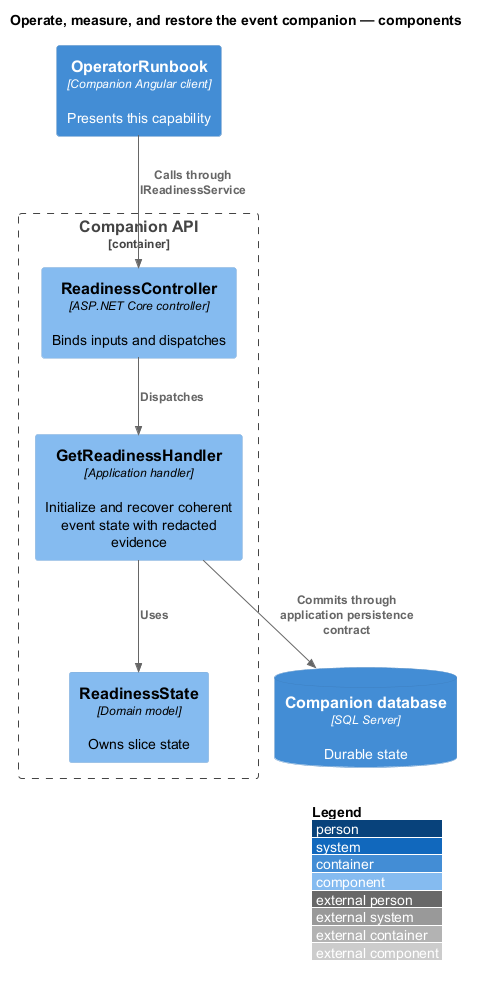
Before: docs/detailed-designs/operations/operate-and-restore/diagrams/c4-component.png, a diagram exported from PlantUML (QuinntyneBrown/faithtech-toronto-ai-build-event).
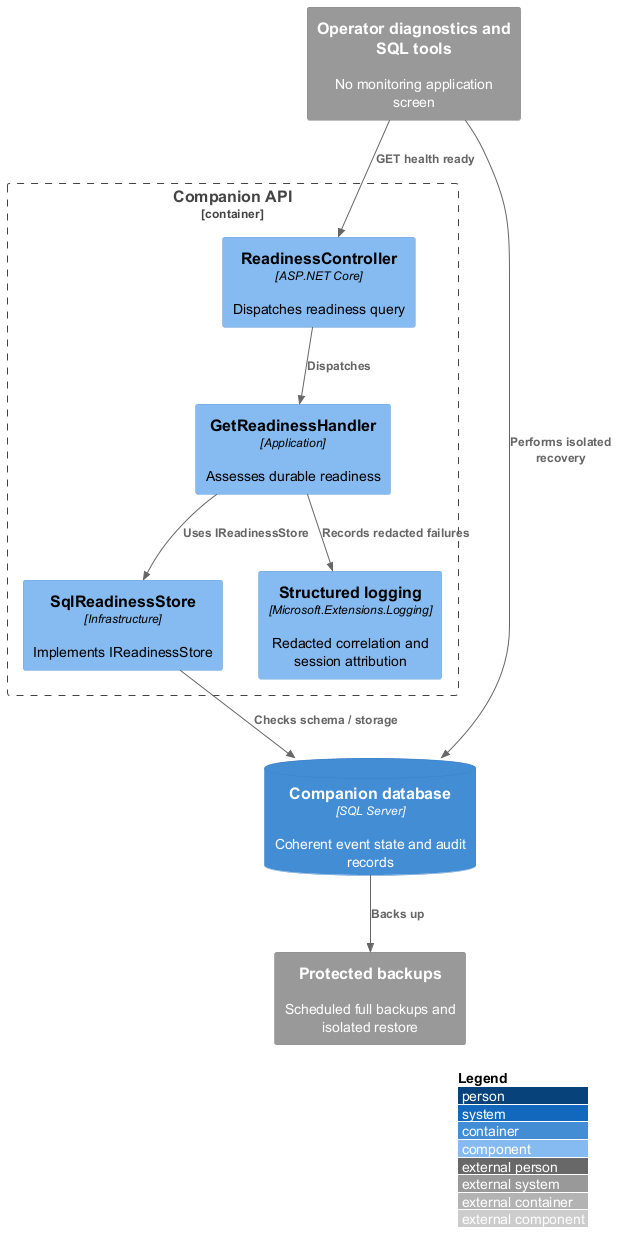
The same file after the commit.

The edit, as a diff of the source:
```diff
@@ -1,16 +1,21 @@
 @startuml
 !include <C4/C4_Component>
 LAYOUT_WITH_LEGEND()
-title Operate, measure, and restore the event companion — components
-Container(client, "OperatorRunbook", "Companion Angular client", "Presents this capability")
+System_Ext(operator, "Operator diagnostics and SQL tools", "No monitoring application screen")
 Container_Boundary(api, "Companion API") {
-Component(entry, "ReadinessController", "ASP.NET Core controller", "Binds inputs and dispatches")
-Component(handler, "GetReadinessHandler", "Application handler", "Initialize and recover coherent event state with redacted evidence")
-Component(entity, "ReadinessState", "Domain model", "Owns slice state")
+Component(controller, "ReadinessController", "ASP.NET Core", "Dispatches readiness query")
+Component(handler, "GetReadinessHandler", "Application", "Assesses durable readiness")
+Component(store, "SqlReadinessStore", "Infrastructure", "Implements IReadinessStore")
+Component(logs, "Structured logging", "Microsoft.Extensions.Logging", "Redacted correlation and session attribution")
 }
-ContainerDb(db, "Companion database", "SQL Server", "Durable state")
-Rel(client, entry, "Calls through IReadinessService")
-Rel(entry, handler, "Dispatches")
-Rel(handler, entity, "Uses")
-Rel(handler, db, "Commits through application persistence contract")
+ContainerDb(db, "Companion database", "SQL Server", "Coherent event state and audit records")
+System_Ext(backup, "Protected backups", "Scheduled full backups and isolated restore")
+Rel(operator, controller, "GET health ready")
+Rel(controller, handler, "Dispatches")
+Rel(handler, store, "Uses IReadinessStore")
+Rel(store, db, "Checks schema / storage")
+Rel(handler, logs, "Records redacted failures")
+Rel(operator, db, "Performs isolated recovery")
+Rel(db, backup, "Backs up")
+
 @enduml
```
